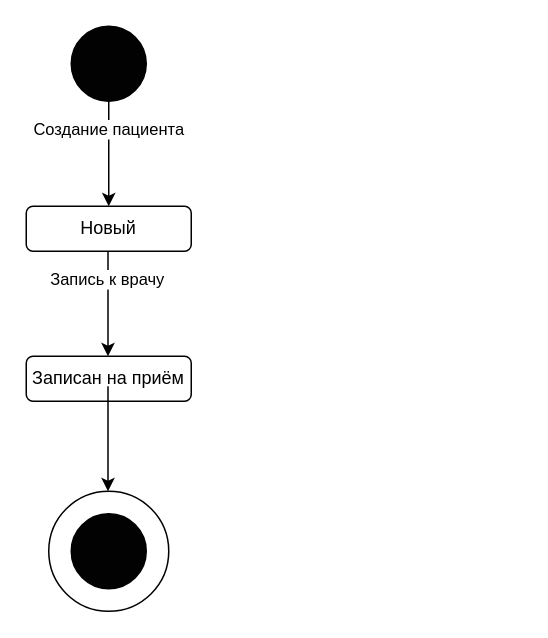
DarkReduX/Diagrams-for-projects keeps this draw.io diagram as page "Page-6" (6 of 6) of ОКР ТРПО.drawio. Above is the earlier version. Source tidied: cells renumbered, new cells numbered last; positions are measured from the earlier drawing's top-left corner, leaving out a move shared by most shapes. Both pictures are drawn from the tidied source at 150%, with x=0, y=0 at pixel (26, 26).
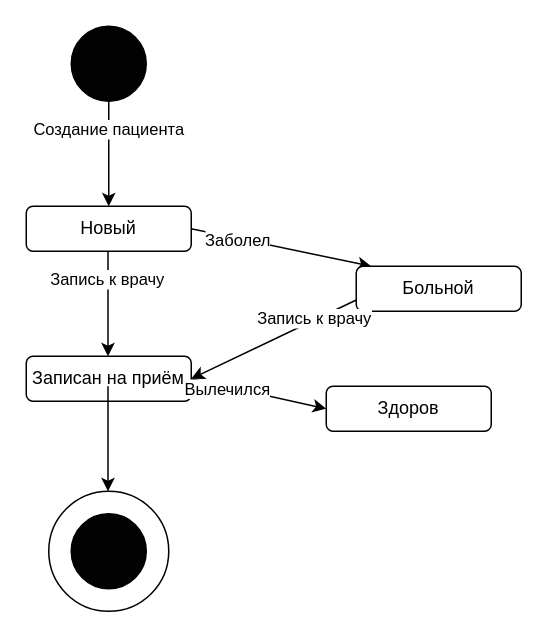
Above is the later version.

The change refers to these unchanged cells:
```xml
<mxCell id="7" value="Новый" style="rounded=1;whiteSpace=wrap;html=1;fillColor=#FFFFFF;" parent="1" vertex="1">
  <mxGeometry y="120" width="110" height="30" as="geometry" />
</mxCell>
<mxCell id="10" value="Записан на приём" style="rounded=1;whiteSpace=wrap;html=1;fillColor=#FFFFFF;" parent="1" vertex="1">
  <mxGeometry y="220" width="110" height="30" as="geometry" />
</mxCell>
```

What changed in the source:
```diff
@@
+    <mxCell id="12" style="endArrow=classic;html=1;exitX=1;exitY=0.5;exitDx=0;exitDy=0;" parent="1" edge="1" source="7">
+      <mxGeometry relative="1" as="geometry">
+        <mxPoint x="230" y="160" as="targetPoint" />
+      </mxGeometry>
+    </mxCell>
+    <mxCell id="13" value="Заболел" style="edgeLabel;html=1;align=center;verticalAlign=middle;" parent="12" vertex="1">
+      <mxGeometry x="-0.49" y="-1" relative="1" as="geometry" />
+    </mxCell>
+    <mxCell id="14" value="Больной" style="rounded=1;whiteSpace=wrap;html=1;fillColor=#FFFFFF;" parent="1" vertex="1">
+      <mxGeometry x="220" y="160" width="110" height="30" as="geometry" />
+    </mxCell>
+    <mxCell id="15" style="endArrow=classic;html=1;exitX=0;exitY=0.75;exitDx=0;exitDy=0;entryX=1;entryY=0.5;entryDx=0;entryDy=0;" parent="1" edge="1" source="14" target="10">
+      <mxGeometry relative="1" as="geometry" />
+    </mxCell>
+    <mxCell id="16" value="Запись к врачу" style="edgeLabel;html=1;align=center;verticalAlign=middle;" parent="15" vertex="1">
+      <mxGeometry x="-0.49" y="-1" relative="1" as="geometry" />
+    </mxCell>
+    <mxCell id="17" value="Здоров" style="rounded=1;whiteSpace=wrap;html=1;fillColor=#FFFFFF;" parent="1" vertex="1">
+      <mxGeometry x="200" y="240" width="110" height="30" as="geometry" />
+    </mxCell>
+    <mxCell id="18" style="endArrow=classic;html=1;exitX=1;exitY=0.5;exitDx=0;exitDy=0;entryX=0;entryY=0.5;entryDx=0;entryDy=0;" parent="1" edge="1" source="10" target="17">
+      <mxGeometry relative="1" as="geometry" />
+    </mxCell>
+    <mxCell id="19" value="Вылечился" style="edgeLabel;html=1;align=center;verticalAlign=middle;" parent="18" vertex="1">
+      <mxGeometry x="-0.49" y="-1" relative="1" as="geometry" />
+    </mxCell>
```
